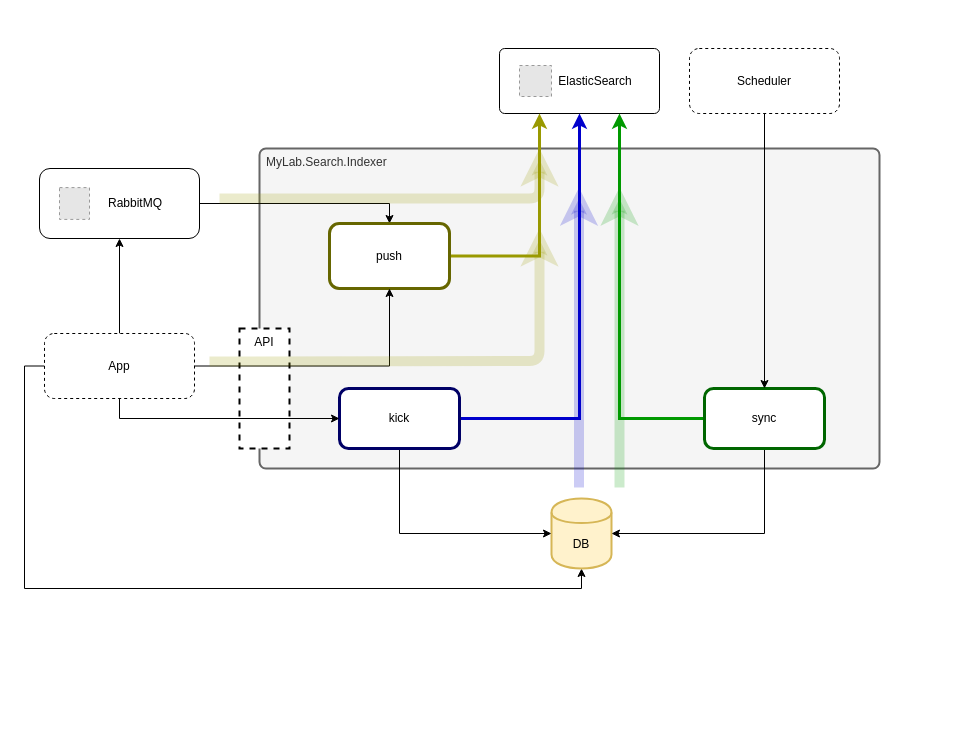
Above: doс/mylab-search-index.drawio in mylab-search-framework/indexer (draw.io), before the change. Source tidied: cells renumbered, new cells numbered last; positions are measured from the earlier drawing's top-left corner, leaving out a move shared by most shapes. Both pictures are drawn from the tidied source at 100%, with x=0, y=0 at pixel (39, 48). Pictures stored in the file or linked from it are replaced by grey dashed boxes.
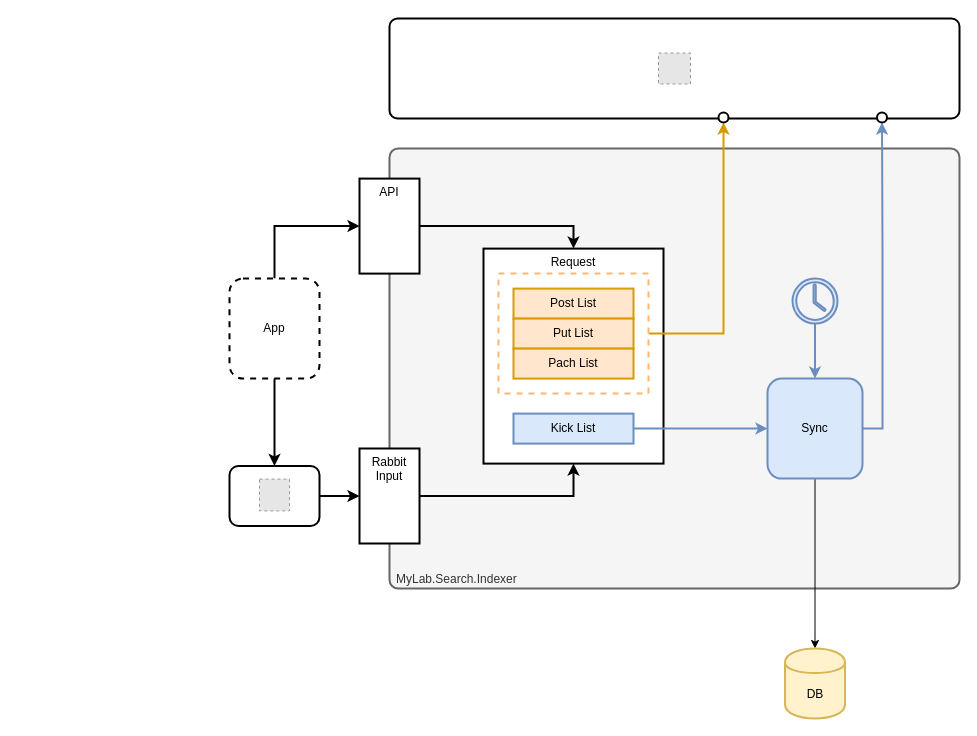
Above is the later version.

Diff of the diagram source:
```diff
@@
-    <mxCell id="0" />
-    <mxCell id="1" parent="0" />
-    <mxCell id="2" value="Scheduler" style="rounded=1;whiteSpace=wrap;html=1;dashed=1;" parent="1" vertex="1">
-      <mxGeometry x="650" width="150" height="65" as="geometry" />
-    </mxCell>
-    <mxCell id="3" style="edgeStyle=orthogonalEdgeStyle;rounded=0;jettySize=auto;html=1;entryX=0.5;entryY=1;entryDx=0;entryDy=0;fontSize=12;fontColor=#000000;" parent="1" edge="1" source="5" target="11">
-      <mxGeometry relative="1" as="geometry" />
-    </mxCell>
-    <mxCell id="4" style="edgeStyle=orthogonalEdgeStyle;rounded=0;jettySize=auto;html=1;entryX=0.5;entryY=1;entryDx=0;entryDy=0;exitX=0;exitY=0.5;exitDx=0;exitDy=0;" parent="1" edge="1" source="5" target="6">
-      <mxGeometry relative="1" as="geometry" />
-    </mxCell>
+    <mxCell id="29" />
+    <mxCell id="30" parent="29" />
+    <mxCell id="7" value="MyLab.Search.Indexer" style="rounded=1;whiteSpace=wrap;html=1;strokeWidth=2;verticalAlign=bottom;arcSize=2;align=left;spacingLeft=5;fillColor=#f5f5f5;strokeColor=#666666;fontColor=#333333;" parent="30" vertex="1">
+      <mxGeometry x="350" y="100" width="570" height="440" as="geometry" />
+    </mxCell>
+    <mxCell id="31" style="edgeStyle=orthogonalEdgeStyle;rounded=0;jettySize=auto;html=1;exitX=1;exitY=0.5;exitDx=0;exitDy=0;entryX=0;entryY=0.5;entryDx=0;entryDy=0;strokeColor=#000000;strokeWidth=2;fontColor=#000000;" parent="30" edge="1" source="32" target="54">
+      <mxGeometry relative="1" as="geometry" />
+    </mxCell>
+    <mxCell id="32" style="rounded=1;whiteSpace=wrap;html=1;spacingLeft=32;strokeWidth=2;" parent="30" vertex="1">
+      <mxGeometry x="190" y="417.5" width="90" height="60" as="geometry" />
+    </mxCell>
+    <mxCell id="33" style="fillColor=#E6E6E6;strokeColor=#999999;dashed=1;" parent="30" vertex="1">
+      <mxGeometry x="220" y="430.6" width="30" height="31.8" as="geometry" />
+    </mxCell>
+    <mxCell id="34" style="edgeStyle=orthogonalEdgeStyle;rounded=0;jettySize=auto;html=1;entryX=0;entryY=0.5;entryDx=0;entryDy=0;strokeColor=#000000;strokeWidth=2;fontColor=#000000;exitX=0.5;exitY=0;exitDx=0;exitDy=0;" parent="30" edge="1" source="5" target="19">
+      <mxGeometry relative="1" as="geometry" />
+    </mxCell>
+    <mxCell id="35" style="edgeStyle=orthogonalEdgeStyle;rounded=0;jettySize=auto;html=1;entryX=0.5;entryY=0;entryDx=0;entryDy=0;strokeColor=#000000;strokeWidth=2;fontColor=#000000;exitX=0.5;exitY=1;exitDx=0;exitDy=0;" parent="30" edge="1" source="5" target="32">
+      <mxGeometry relative="1" as="geometry" />
+    </mxCell>
-    <mxCell id="5" value="App" style="rounded=1;whiteSpace=wrap;html=1;dashed=1;" parent="1" vertex="1">
-      <mxGeometry x="5" y="285" width="150" height="65" as="geometry" />
+    <mxCell id="5" value="App" style="rounded=1;whiteSpace=wrap;html=1;dashed=1;strokeWidth=2;" parent="30" vertex="1">
+      <mxGeometry x="190" y="230.1" width="90" height="100" as="geometry" />
     </mxCell>
+    <mxCell id="36" style="edgeStyle=orthogonalEdgeStyle;rounded=0;jettySize=auto;html=1;entryX=0.5;entryY=0;entryDx=0;entryDy=0;" parent="30" edge="1" source="38" target="6">
+      <mxGeometry relative="1" as="geometry" />
+    </mxCell>
+    <mxCell id="37" style="edgeStyle=orthogonalEdgeStyle;rounded=0;jettySize=auto;html=1;entryX=0.5;entryY=1;entryDx=0;entryDy=0;strokeWidth=2;strokeColor=#6c8ebf;fillColor=#dae8fc;exitX=1;exitY=0.5;exitDx=0;exitDy=0;" parent="30" edge="1" source="38" target="56">
+      <mxGeometry relative="1" as="geometry" />
+    </mxCell>
+    <mxCell id="38" value="Sync" style="rounded=1;whiteSpace=wrap;html=1;strokeWidth=2;fillColor=#dae8fc;strokeColor=#6c8ebf;" parent="30" vertex="1">
+      <mxGeometry x="728" y="330.1" width="95" height="100" as="geometry" />
+    </mxCell>
-    <mxCell id="6" value="DB" style="shape=cylinder;whiteSpace=wrap;html=1;boundedLbl=1;backgroundOutline=1;fillColor=#fff2cc;strokeColor=#d6b656;strokeWidth=2;" parent="1" vertex="1">
-      <mxGeometry x="512" y="450" width="60" height="70" as="geometry" />
+    <mxCell id="6" value="DB" style="shape=cylinder;whiteSpace=wrap;html=1;boundedLbl=1;backgroundOutline=1;fillColor=#fff2cc;strokeColor=#d6b656;strokeWidth=2;" parent="30" vertex="1">
+      <mxGeometry x="745.5" y="600" width="60" height="70" as="geometry" />
     </mxCell>
-    <mxCell id="7" value="MyLab.Search.Indexer" style="rounded=1;whiteSpace=wrap;html=1;strokeWidth=2;verticalAlign=top;arcSize=2;align=left;spacingLeft=5;fillColor=#f5f5f5;strokeColor=#666666;fontColor=#333333;" parent="1" vertex="1">
-      <mxGeometry x="220" y="100" width="620" height="320" as="geometry" />
-    </mxCell>
-    <mxCell id="8" value="ElasticSearch" style="rounded=1;whiteSpace=wrap;html=1;spacingLeft=32;arcSize=8;" parent="1" vertex="1">
-      <mxGeometry x="460" width="160" height="65" as="geometry" />
-    </mxCell>
-    <mxCell id="9" style="fillColor=#E6E6E6;strokeColor=#999999;dashed=1;" parent="1" vertex="1">
-      <mxGeometry x="480" y="17" width="32" height="31" as="geometry" />
-    </mxCell>
-    <mxCell id="10" style="edgeStyle=orthogonalEdgeStyle;rounded=0;jettySize=auto;html=1;entryX=0.5;entryY=0;entryDx=0;entryDy=0;" parent="1" edge="1" source="11" target="22">
-      <mxGeometry relative="1" as="geometry" />
-    </mxCell>
-    <mxCell id="11" value="RabbitMQ" style="rounded=1;whiteSpace=wrap;html=1;spacingLeft=32;" parent="1" vertex="1">
-      <mxGeometry y="120" width="160" height="70" as="geometry" />
-    </mxCell>
-    <mxCell id="12" style="fillColor=#E6E6E6;strokeColor=#999999;dashed=1;" parent="1" vertex="1">
-      <mxGeometry x="20" y="139.1" width="30" height="31.8" as="geometry" />
-    </mxCell>
-    <mxCell id="13" style="edgeStyle=orthogonalEdgeStyle;rounded=0;jettySize=auto;html=1;entryX=1;entryY=0.5;entryDx=0;entryDy=0;exitX=0.5;exitY=1;exitDx=0;exitDy=0;" parent="1" edge="1" source="15" target="6">
-      <mxGeometry relative="1" as="geometry" />
-    </mxCell>
-    <mxCell id="14" style="edgeStyle=orthogonalEdgeStyle;rounded=0;jettySize=auto;html=1;entryX=0.75;entryY=1;entryDx=0;entryDy=0;strokeColor=#009900;strokeWidth=3;" parent="1" edge="1" source="15" target="8">
-      <mxGeometry relative="1" as="geometry" />
-    </mxCell>
-    <mxCell id="15" value="sync" style="rounded=1;whiteSpace=wrap;html=1;strokeColor=#006600;strokeWidth=3;" parent="1" vertex="1">
-      <mxGeometry x="665" y="340" width="120" height="60" as="geometry" />
-    </mxCell>
-    <mxCell id="16" style="edgeStyle=orthogonalEdgeStyle;rounded=0;jettySize=auto;html=1;entryX=0;entryY=0.5;entryDx=0;entryDy=0;exitX=0.5;exitY=1;exitDx=0;exitDy=0;" parent="1" edge="1" source="18" target="6">
-      <mxGeometry relative="1" as="geometry" />
-    </mxCell>
-    <mxCell id="17" style="edgeStyle=orthogonalEdgeStyle;rounded=0;jettySize=auto;html=1;entryX=0.5;entryY=1;entryDx=0;entryDy=0;strokeColor=#0000CC;strokeWidth=3;" parent="1" edge="1" source="18" target="8">
-      <mxGeometry relative="1" as="geometry" />
-    </mxCell>
-    <mxCell id="18" value="kick" style="rounded=1;whiteSpace=wrap;html=1;strokeColor=#000066;strokeWidth=3;" parent="1" vertex="1">
-      <mxGeometry x="300" y="340" width="120" height="60" as="geometry" />
-    </mxCell>
+    <mxCell id="39" style="edgeStyle=orthogonalEdgeStyle;rounded=0;jettySize=auto;html=1;entryX=0.5;entryY=0;entryDx=0;entryDy=0;fillColor=#dae8fc;strokeColor=#6c8ebf;strokeWidth=2;" parent="30" edge="1" source="40" target="38">
+      <mxGeometry relative="1" as="geometry" />
+    </mxCell>
+    <mxCell id="40" style="shadow=0;dashed=0;html=1;strokeColor=#6c8ebf;fillColor=#dae8fc;labelPosition=center;verticalLabelPosition=bottom;verticalAlign=top;outlineConnect=0;align=center;shape=mxgraph.office.concepts.clock;strokeWidth=2;" parent="30" vertex="1">
+      <mxGeometry x="753" y="230.1" width="45" height="45" as="geometry" />
+    </mxCell>
+    <mxCell id="41" style="rounded=1;whiteSpace=wrap;html=1;spacingLeft=32;arcSize=8;strokeWidth=2;" parent="30" vertex="1">
+      <mxGeometry x="350" y="-30" width="570" height="100" as="geometry" />
+    </mxCell>
+    <mxCell id="42" style="fillColor=#E6E6E6;strokeColor=#999999;dashed=1;" parent="30" vertex="1">
+      <mxGeometry x="619" y="4.5" width="32" height="31" as="geometry" />
+    </mxCell>
+    <mxCell id="43" style="edgeStyle=orthogonalEdgeStyle;rounded=0;jettySize=auto;html=1;entryX=0.5;entryY=0;entryDx=0;entryDy=0;strokeColor=#000000;strokeWidth=2;fontColor=#000000;" parent="30" edge="1" source="19" target="45">
+      <mxGeometry relative="1" as="geometry" />
+    </mxCell>
-    <mxCell id="19" value="API" style="rounded=0;whiteSpace=wrap;html=1;verticalAlign=top;dashed=1;strokeWidth=2;" parent="1" vertex="1">
-      <mxGeometry x="200" y="280" width="50" height="120" as="geometry" />
+    <mxCell id="19" value="API" style="rounded=0;whiteSpace=wrap;html=1;strokeWidth=2;verticalAlign=top;align=center;spacingLeft=0;" parent="30" vertex="1">
+      <mxGeometry x="320" y="130.1" width="60" height="95" as="geometry" />
     </mxCell>
-    <mxCell id="20" style="edgeStyle=orthogonalEdgeStyle;rounded=0;jettySize=auto;html=1;entryX=0.5;entryY=0;entryDx=0;entryDy=0;" parent="1" edge="1" source="2" target="15">
-      <mxGeometry relative="1" as="geometry" />
-    </mxCell>
-    <mxCell id="21" style="edgeStyle=orthogonalEdgeStyle;rounded=0;jettySize=auto;html=1;entryX=0.25;entryY=1;entryDx=0;entryDy=0;strokeColor=#999900;strokeWidth=3;" parent="1" edge="1" source="22" target="8">
-      <mxGeometry relative="1" as="geometry" />
-    </mxCell>
-    <mxCell id="22" value="push" style="rounded=1;whiteSpace=wrap;html=1;strokeColor=#666600;strokeWidth=3;" parent="1" vertex="1">
-      <mxGeometry x="290" y="175" width="120" height="65" as="geometry" />
-    </mxCell>
-    <mxCell id="23" style="edgeStyle=orthogonalEdgeStyle;rounded=0;jettySize=auto;html=1;exitX=0.5;exitY=1;exitDx=0;exitDy=0;entryX=0;entryY=0.5;entryDx=0;entryDy=0;" parent="1" edge="1" source="5" target="18">
-      <mxGeometry relative="1" as="geometry" />
-    </mxCell>
-    <mxCell id="24" style="edgeStyle=orthogonalEdgeStyle;rounded=0;jettySize=auto;html=1;entryX=0.5;entryY=1;entryDx=0;entryDy=0;exitX=1;exitY=0.5;exitDx=0;exitDy=0;" parent="1" edge="1" source="5" target="22">
-      <mxGeometry relative="1" as="geometry" />
-    </mxCell>
-    <mxCell id="25" style="endArrow=classic;html=1;strokeColor=#009900;strokeWidth=10;opacity=20;" parent="1" edge="1">
-      <mxGeometry relative="1" as="geometry">
-        <mxPoint x="580" y="439.1" as="sourcePoint" />
-        <mxPoint x="580" y="139.1" as="targetPoint" />
-      </mxGeometry>
-    </mxCell>
-    <mxCell id="26" style="endArrow=classic;html=1;strokeColor=#0000CC;strokeWidth=10;opacity=20;" parent="1" edge="1">
-      <mxGeometry relative="1" as="geometry">
-        <mxPoint x="539.5" y="439.1" as="sourcePoint" />
-        <mxPoint x="539.5" y="139.1" as="targetPoint" />
-      </mxGeometry>
-    </mxCell>
-    <mxCell id="27" style="endArrow=classic;html=1;strokeColor=#999900;strokeWidth=10;opacity=20;" parent="1" edge="1">
-      <mxGeometry relative="1" as="geometry">
-        <mxPoint x="180" y="150" as="sourcePoint" />
-        <mxPoint x="500" y="100" as="targetPoint" />
-        <Array as="points">
-          <mxPoint x="500" y="150" />
-        </Array>
-      </mxGeometry>
-    </mxCell>
-    <mxCell id="28" style="endArrow=classic;html=1;strokeColor=#999900;strokeWidth=10;opacity=20;" parent="1" edge="1">
-      <mxGeometry relative="1" as="geometry">
-        <mxPoint x="170" y="313" as="sourcePoint" />
-        <mxPoint x="500" y="180" as="targetPoint" />
-        <Array as="points">
-          <mxPoint x="500" y="312.5" />
-        </Array>
-      </mxGeometry>
-    </mxCell>
+    <mxCell id="44" style="edgeStyle=orthogonalEdgeStyle;rounded=0;orthogonalLoop=1;jettySize=auto;html=1;exitX=0.5;exitY=1;exitDx=0;exitDy=0;" parent="30" edge="1" source="5" target="5">
+      <mxGeometry relative="1" as="geometry" />
+    </mxCell>
+    <mxCell id="45" value="Request" style="rounded=0;whiteSpace=wrap;html=1;strokeWidth=2;verticalAlign=top;" parent="30" vertex="1">
+      <mxGeometry x="444" y="200.1" width="180" height="215" as="geometry" />
+    </mxCell>
+    <mxCell id="46" style="edgeStyle=orthogonalEdgeStyle;rounded=0;jettySize=auto;html=1;entryX=0;entryY=0.5;entryDx=0;entryDy=0;strokeColor=#6c8ebf;strokeWidth=2;fontColor=#000000;fillColor=#dae8fc;" parent="30" edge="1" source="47" target="38">
+      <mxGeometry relative="1" as="geometry" />
+    </mxCell>
+    <mxCell id="47" value="Kick List" style="rounded=0;whiteSpace=wrap;html=1;strokeWidth=2;fillColor=#dae8fc;strokeColor=#6c8ebf;" parent="30" vertex="1">
+      <mxGeometry x="474" y="365.1" width="120" height="30" as="geometry" />
+    </mxCell>
+    <mxCell id="48" style="edgeStyle=orthogonalEdgeStyle;rounded=0;jettySize=auto;html=1;entryX=0.5;entryY=1;entryDx=0;entryDy=0;strokeColor=#d79b00;strokeWidth=2;fontColor=#000000;fillColor=#ffe6cc;" parent="30" edge="1" source="49" target="55">
+      <mxGeometry relative="1" as="geometry" />
+    </mxCell>
+    <mxCell id="49" style="rounded=0;whiteSpace=wrap;html=1;strokeWidth=2;fontColor=#000000;align=left;dashed=1;strokeColor=#FFB570;" parent="30" vertex="1">
+      <mxGeometry x="459" y="225.1" width="150" height="120" as="geometry" />
+    </mxCell>
+    <mxCell id="50" value="Post List" style="rounded=0;whiteSpace=wrap;html=1;strokeWidth=2;fillColor=#ffe6cc;strokeColor=#d79b00;" parent="30" vertex="1">
+      <mxGeometry x="474" y="240.1" width="120" height="30" as="geometry" />
+    </mxCell>
+    <mxCell id="51" value="Put List" style="rounded=0;whiteSpace=wrap;html=1;strokeWidth=2;fillColor=#ffe6cc;strokeColor=#d79b00;" parent="30" vertex="1">
+      <mxGeometry x="474" y="270.1" width="120" height="30" as="geometry" />
+    </mxCell>
+    <mxCell id="52" value="Pach List" style="rounded=0;whiteSpace=wrap;html=1;strokeWidth=2;fillColor=#ffe6cc;strokeColor=#d79b00;" parent="30" vertex="1">
+      <mxGeometry x="474" y="300.1" width="120" height="30" as="geometry" />
+    </mxCell>
+    <mxCell id="53" style="edgeStyle=orthogonalEdgeStyle;rounded=0;jettySize=auto;html=1;entryX=0.5;entryY=1;entryDx=0;entryDy=0;strokeColor=#000000;strokeWidth=2;fontColor=#000000;" parent="30" edge="1" source="54" target="45">
+      <mxGeometry relative="1" as="geometry" />
+    </mxCell>
+    <mxCell id="54" value="Rabbit Input" style="rounded=0;whiteSpace=wrap;html=1;strokeWidth=2;verticalAlign=top;align=center;spacingLeft=0;" parent="30" vertex="1">
+      <mxGeometry x="320" y="400" width="60" height="95" as="geometry" />
+    </mxCell>
+    <mxCell id="55" style="ellipse;whiteSpace=wrap;html=1;strokeColor=#000000;strokeWidth=2;fontColor=#000000;align=center;" parent="30" vertex="1">
+      <mxGeometry x="679" y="64" width="10" height="10" as="geometry" />
+    </mxCell>
+    <mxCell id="56" style="ellipse;whiteSpace=wrap;html=1;strokeColor=#000000;strokeWidth=2;fontColor=#000000;align=center;" parent="30" vertex="1">
+      <mxGeometry x="837.5" y="64" width="10" height="10" as="geometry" />
+    </mxCell>
```
